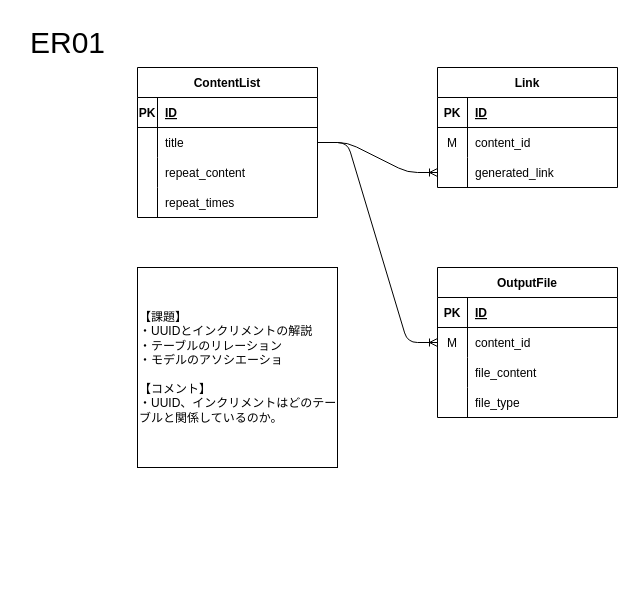
Earlier version of the draw.io diagram 02ER.drawio (emahji2683/RUNTEQFesAppV01). Source tidied: cells renumbered, new cells numbered last; positions are measured from the earlier drawing's top-left corner, leaving out a move shared by most shapes. Both pictures are drawn from the tidied source at 100%, with x=0, y=0 at pixel (17, 17).
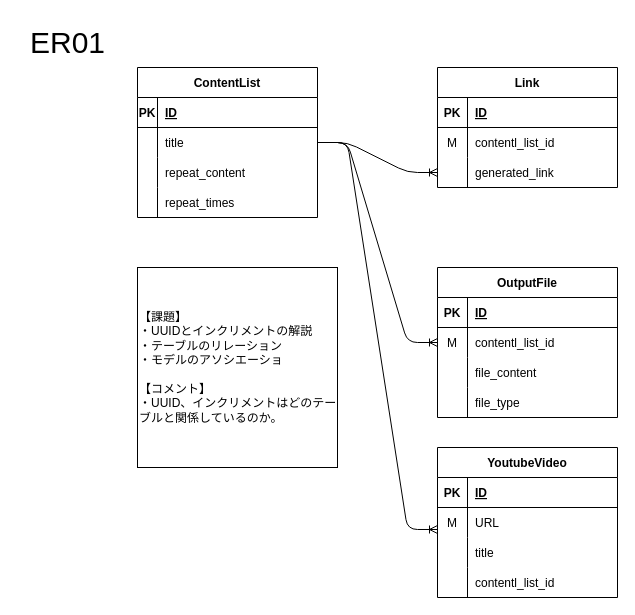
Above is the later version.

Commit message (it also covers changes not shown here):
set_contant_list

The change refers to these unchanged cells:
```xml
<mxCell id="6" style="shape=tableRow;horizontal=0;startSize=0;swimlaneHead=0;swimlaneBody=0;fillColor=none;points=[[0,0.5],[1,0.5]];portConstraint=eastwest;top=0;left=0;right=0;bottom=0;" parent="2" vertex="1">
  <mxGeometry y="60" width="180" height="30" as="geometry" />
</mxCell>
<mxCell id="19" style="shape=tableRow;horizontal=0;startSize=0;swimlaneHead=0;swimlaneBody=0;fillColor=none;top=0;left=0;right=0;bottom=0;" parent="15" vertex="1">
  <mxGeometry y="60" width="180" height="30" as="geometry" />
</mxCell>
<mxCell id="29" style="shape=tableRow;horizontal=0;startSize=0;swimlaneHead=0;swimlaneBody=0;fillColor=none;points=[[0,0.5],[1,0.5]];portConstraint=eastwest;top=0;left=0;right=0;bottom=0;" parent="25" vertex="1">
  <mxGeometry y="60" width="180" height="30" as="geometry" />
</mxCell>
```

Change to the diagram source:
```diff
@@
-    <mxCell id="21" value="content_id" style="shape=partialRectangle;fillColor=none;top=0;left=0;bottom=0;right=0;align=left;spacingLeft=6;overflow=hidden;" parent="19" vertex="1">
+    <mxCell id="21" value="contentl_list_id" style="shape=partialRectangle;fillColor=none;top=0;left=0;bottom=0;right=0;align=left;spacingLeft=6;overflow=hidden;" parent="19" vertex="1">
       <mxGeometry x="30" width="150" height="30" as="geometry" />
     </mxCell>
@@
-    <mxCell id="31" value="content_id" style="shape=partialRectangle;fillColor=none;top=0;left=0;bottom=0;right=0;align=left;spacingLeft=6;overflow=hidden;" parent="29" vertex="1">
+    <mxCell id="31" value="contentl_list_id" style="shape=partialRectangle;fillColor=none;top=0;left=0;bottom=0;right=0;align=left;spacingLeft=6;overflow=hidden;" parent="29" vertex="1">
       <mxGeometry x="30" width="150" height="30" as="geometry" />
     </mxCell>
@@
+    <mxCell id="42" value="YoutubeVideo" style="shape=table;startSize=30;childLayout=tableLayout;rowLines=0;fontStyle=1;align=center;" parent="1" vertex="1">
+      <mxGeometry x="420" y="430" width="180" height="150" as="geometry" />
+    </mxCell>
+    <mxCell id="43" style="shape=tableRow;horizontal=0;startSize=0;swimlaneHead=0;swimlaneBody=0;fillColor=none;top=0;left=0;right=0;bottom=1;" parent="42" vertex="1">
+      <mxGeometry y="30" width="180" height="30" as="geometry" />
+    </mxCell>
+    <mxCell id="44" value="PK" style="shape=partialRectangle;fillColor=none;top=0;left=0;bottom=0;right=0;fontStyle=1;overflow=hidden;" parent="43" vertex="1">
+      <mxGeometry width="30" height="30" as="geometry" />
+    </mxCell>
+    <mxCell id="45" value="ID" style="shape=partialRectangle;fillColor=none;top=0;left=0;bottom=0;right=0;align=left;spacingLeft=6;fontStyle=5;overflow=hidden;" parent="43" vertex="1">
+      <mxGeometry x="30" width="150" height="30" as="geometry" />
+    </mxCell>
+    <mxCell id="46" style="shape=tableRow;horizontal=0;startSize=0;swimlaneHead=0;swimlaneBody=0;fillColor=none;points=[[0,0.5],[1,0.5]];portConstraint=eastwest;top=0;left=0;right=0;bottom=0;" parent="42" vertex="1">
+      <mxGeometry y="60" width="180" height="30" as="geometry" />
+    </mxCell>
+    <mxCell id="47" value="M" style="shape=partialRectangle;fillColor=none;top=0;left=0;bottom=0;right=0;overflow=hidden;" parent="46" vertex="1">
+      <mxGeometry width="30" height="30" as="geometry" />
+    </mxCell>
+    <mxCell id="48" value="URL" style="shape=partialRectangle;fillColor=none;top=0;left=0;bottom=0;right=0;align=left;spacingLeft=6;overflow=hidden;" parent="46" vertex="1">
+      <mxGeometry x="30" width="150" height="30" as="geometry" />
+    </mxCell>
+    <mxCell id="49" style="shape=tableRow;horizontal=0;startSize=0;swimlaneHead=0;swimlaneBody=0;fillColor=none;top=0;left=0;right=0;bottom=0;" parent="42" vertex="1">
+      <mxGeometry y="90" width="180" height="30" as="geometry" />
+    </mxCell>
+    <mxCell id="50" style="shape=partialRectangle;fillColor=none;top=0;left=0;bottom=0;right=0;overflow=hidden;" parent="49" vertex="1">
+      <mxGeometry width="30" height="30" as="geometry" />
+    </mxCell>
+    <mxCell id="51" value="title" style="shape=partialRectangle;fillColor=none;top=0;left=0;bottom=0;right=0;align=left;spacingLeft=6;overflow=hidden;" parent="49" vertex="1">
+      <mxGeometry x="30" width="150" height="30" as="geometry" />
+    </mxCell>
+    <mxCell id="52" style="shape=tableRow;horizontal=0;startSize=0;swimlaneHead=0;swimlaneBody=0;fillColor=none;top=0;left=0;right=0;bottom=0;" parent="42" vertex="1">
+      <mxGeometry y="120" width="180" height="30" as="geometry" />
+    </mxCell>
+    <mxCell id="53" style="shape=partialRectangle;fillColor=none;top=0;left=0;bottom=0;right=0;overflow=hidden;" parent="52" vertex="1">
+      <mxGeometry width="30" height="30" as="geometry" />
+    </mxCell>
+    <mxCell id="54" value="contentl_list_id" style="shape=partialRectangle;fillColor=none;top=0;left=0;bottom=0;right=0;align=left;spacingLeft=6;overflow=hidden;" parent="52" vertex="1">
+      <mxGeometry x="30" width="150" height="30" as="geometry" />
+    </mxCell>
+    <mxCell id="55" style="edgeStyle=entityRelationEdgeStyle;fontSize=12;html=1;endArrow=ERoneToMany;exitX=1;exitY=0.5;exitDx=0;exitDy=0;entryX=0;entryY=0.733;entryDx=0;entryDy=0;entryPerimeter=0;" parent="1" edge="1" source="6" target="46">
+      <mxGeometry relative="1" as="geometry" />
+    </mxCell>
```
